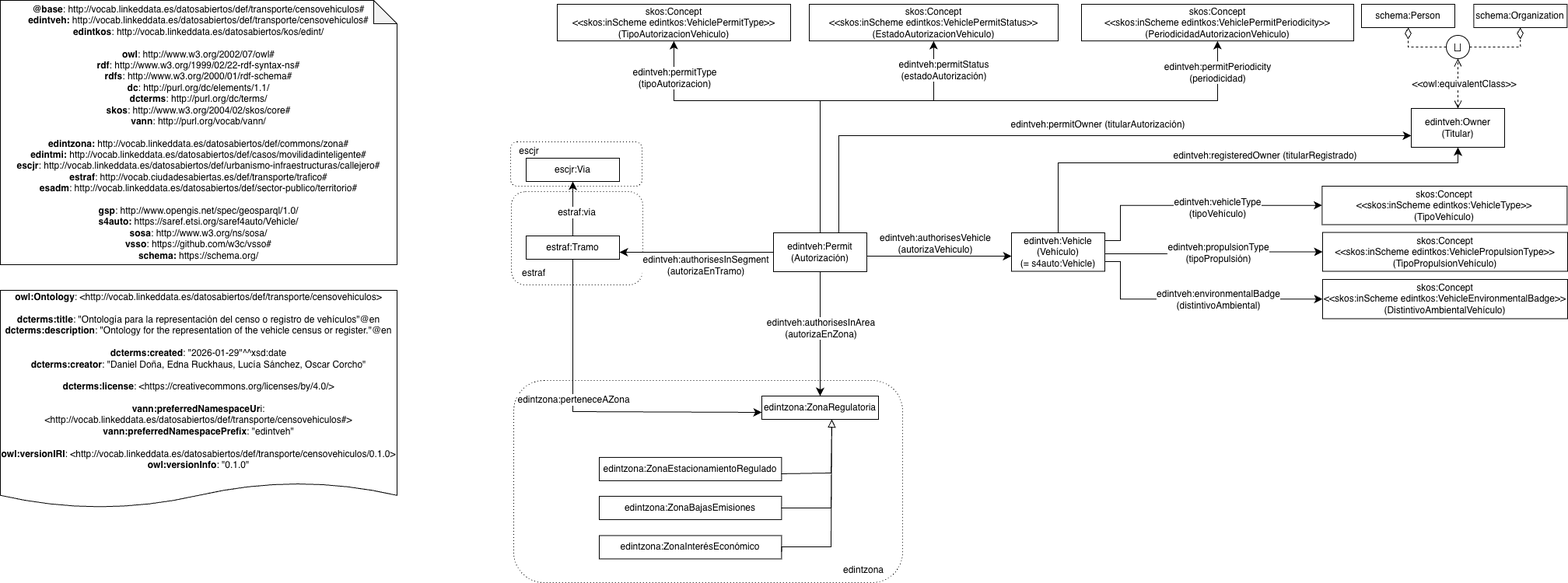
Before: diagrams/diagram.png, a diagram exported from draw.io (oeg-upm/edint-ontologia-censovehiculos). Source tidied: cells renumbered, new cells last; positions are measured from the earlier drawing's top-left corner, leaving out a move shared by most shapes.
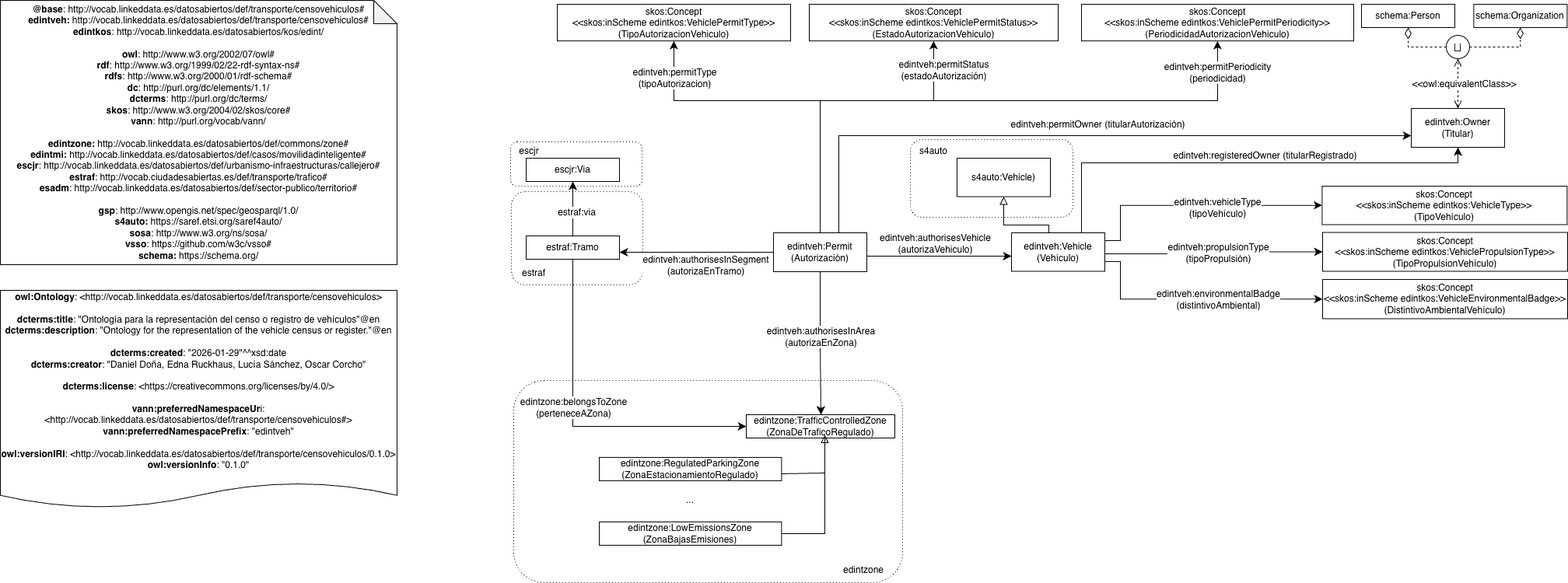
The same diagram one commit later.

Commit message:
Modificación del diagrama conceptual principal de la ontología

Diff of the diagram source:
```diff
@@ -2,6 +2,9 @@
   <root>
     <mxCell id="0" />
     <mxCell id="1" parent="0" />
+    <mxCell id="61" style="rounded=1;whiteSpace=wrap;html=1;dashed=1;dashPattern=1 3;" parent="1" vertex="1">
+      <mxGeometry x="1170" y="179" width="209" height="100" as="geometry" />
+    </mxCell>
     <mxCell id="2" style="rounded=1;whiteSpace=wrap;html=1;dashed=1;dashPattern=1 3;" parent="1" vertex="1">
       <mxGeometry x="656" y="182" width="169" height="57" as="geometry" />
     </mxCell>
@@ -28,7 +31,7 @@
         <mxPoint x="4.2" as="offset" />
       </mxGeometry>
     </mxCell>
-    <mxCell id="10" value="edintveh:Vehicle&lt;br&gt;(Vehículo)&lt;br&gt;(= s4auto:Vehicle)" style="rounded=0;whiteSpace=wrap;html=1;snapToPoint=1;points=[[0.1,0],[0.2,0],[0.3,0],[0.4,0],[0.5,0],[0.6,0],[0.7,0],[0.8,0],[0.9,0],[0,0.1],[0,0.3],[0,0.5],[0,0.7],[0,0.9],[0.1,1],[0.2,1],[0.3,1],[0.4,1],[0.5,1],[0.6,1],[0.7,1],[0.8,1],[0.9,1],[1,0.1],[1,0.3],[1,0.5],[1,0.7],[1,0.9]];" parent="1" vertex="1">
+    <mxCell id="10" value="edintveh:Vehicle&lt;br&gt;(Vehículo)" style="rounded=0;whiteSpace=wrap;html=1;snapToPoint=1;points=[[0.1,0],[0.2,0],[0.3,0],[0.4,0],[0.5,0],[0.6,0],[0.7,0],[0.8,0],[0.9,0],[0,0.1],[0,0.3],[0,0.5],[0,0.7],[0,0.9],[0.1,1],[0.2,1],[0.3,1],[0.4,1],[0.5,1],[0.6,1],[0.7,1],[0.8,1],[0.9,1],[1,0.1],[1,0.3],[1,0.5],[1,0.7],[1,0.9]];" parent="1" vertex="1">
       <mxGeometry x="1300" y="299" width="120" height="49.5" as="geometry" />
     </mxCell>
     <mxCell id="11" value="edintveh:Permit&lt;br&gt;(Autorización)" style="rounded=0;whiteSpace=wrap;html=1;snapToPoint=1;points=[[0.1,0],[0.2,0],[0.3,0],[0.4,0],[0.5,0],[0.6,0],[0.7,0],[0.8,0],[0.9,0],[0,0.1],[0,0.3],[0,0.5],[0,0.7],[0,0.9],[0.1,1],[0.2,1],[0.3,1],[0.4,1],[0.5,1],[0.6,1],[0.7,1],[0.8,1],[0.9,1],[1,0.1],[1,0.3],[1,0.5],[1,0.7],[1,0.9]];" parent="1" vertex="1">
@@ -64,8 +67,8 @@
         <mxPoint x="7" y="-10" as="offset" />
       </mxGeometry>
     </mxCell>
-    <mxCell id="20" value="edintzona:ZonaRegulatoria" style="rounded=0;whiteSpace=wrap;html=1;snapToPoint=1;points=[[0.1,0],[0.2,0],[0.3,0],[0.4,0],[0.5,0],[0.6,0],[0.7,0],[0.8,0],[0.9,0],[0,0.1],[0,0.3],[0,0.5],[0,0.7],[0,0.9],[0.1,1],[0.2,1],[0.3,1],[0.4,1],[0.5,1],[0.6,1],[0.7,1],[0.8,1],[0.9,1],[1,0.1],[1,0.3],[1,0.5],[1,0.7],[1,0.9]];" parent="1" vertex="1">
-      <mxGeometry x="979" y="509" width="150" height="30" as="geometry" />
+    <mxCell id="20" value="edintzone:TrafficControlledZone&lt;br&gt;(ZonaDeTraficoRegulado)" style="rounded=0;whiteSpace=wrap;html=1;snapToPoint=1;points=[[0.1,0],[0.2,0],[0.3,0],[0.4,0],[0.5,0],[0.6,0],[0.7,0],[0.8,0],[0.9,0],[0,0.1],[0,0.3],[0,0.5],[0,0.7],[0,0.9],[0.1,1],[0.2,1],[0.3,1],[0.4,1],[0.5,1],[0.6,1],[0.7,1],[0.8,1],[0.9,1],[1,0.1],[1,0.3],[1,0.5],[1,0.7],[1,0.9]];" parent="1" vertex="1">
+      <mxGeometry x="959" y="533" width="191" height="30" as="geometry" />
     </mxCell>
     <mxCell id="21" style="endArrow=classic;html=1;endSize=8;arcSize=0;rounded=0;edgeStyle=orthogonalEdgeStyle;entryX=0;entryY=0.5;entryDx=0;entryDy=0;exitX=1;exitY=0.7;exitDx=0;exitDy=0;" parent="1" edge="1" source="10" target="55">
       <mxGeometry relative="1" as="geometry">
@@ -114,13 +117,13 @@
     <mxCell id="29" style="endArrow=classic;html=1;endSize=8;arcSize=0;rounded=0;edgeStyle=orthogonalEdgeStyle;exitX=0.5;exitY=1;exitDx=0;exitDy=0;" parent="1" edge="1" source="7" target="20">
       <mxGeometry relative="1" as="geometry">
         <Array as="points">
-          <mxPoint x="736" y="529" />
+          <mxPoint x="736" y="548" />
         </Array>
       </mxGeometry>
     </mxCell>
-    <mxCell id="30" value="&lt;div&gt;edintzona:perteneceAZona&lt;/div&gt;" style="text;html=1;align=center;verticalAlign=middle;labelBackgroundColor=#ffffff;" parent="29" vertex="1">
+    <mxCell id="30" value="&lt;div&gt;edintzone:belongsToZone&lt;br&gt;(perteneceAZona)&lt;/div&gt;" style="text;html=1;align=center;verticalAlign=middle;labelBackgroundColor=#ffffff;" parent="29" vertex="1">
       <mxGeometry x="-0.13" relative="1" as="geometry">
-        <mxPoint y="-12" as="offset" />
+        <mxPoint y="-1" as="offset" />
       </mxGeometry>
     </mxCell>
     <mxCell id="31" style="endArrow=classic;html=1;endSize=8;arcSize=0;rounded=0;edgeStyle=orthogonalEdgeStyle;exitX=0.7;exitY=0;exitDx=0;exitDy=0;" parent="1" edge="1" source="11" target="12">
@@ -202,40 +205,32 @@
         <mxPoint x="26" y="-2" as="offset" />
       </mxGeometry>
     </mxCell>
-    <mxCell id="43" value="&lt;div&gt;&lt;b&gt;@base&lt;/b&gt;:&amp;nbsp;http://vocab.linkeddata.es/datosabiertos/def/transporte/censovehiculos#&lt;/div&gt;&lt;div&gt;&lt;span style=&quot;background-color: rgb(255, 255, 255); color: light-dark(rgb(0, 0, 0), rgb(255, 255, 255));&quot;&gt;&lt;b&gt;edintveh:&amp;nbsp;&lt;/b&gt;&lt;/span&gt;&lt;span style=&quot;background-color: transparent;&quot;&gt;http://vocab.linkeddata.es/datosabiertos/def/&lt;/span&gt;transporte/censovehiculos&lt;span style=&quot;background-color: transparent;&quot;&gt;#&lt;/span&gt;&lt;/div&gt;&lt;div&gt;&lt;span style=&quot;background-color: rgb(255, 255, 255);&quot;&gt;&lt;b&gt;edintkos&lt;/b&gt;:&amp;nbsp;http://vocab.linkeddata.es/datosabiertos/kos/edint/&lt;/span&gt;&lt;/div&gt;&lt;div&gt;&lt;span style=&quot;background-color: rgb(255, 255, 255);&quot;&gt;&lt;br&gt;&lt;/span&gt;&lt;/div&gt;&lt;div style=&quot;&quot;&gt;&lt;b style=&quot;background-color: transparent; color: light-dark(rgb(0, 0, 0), rgb(255, 255, 255));&quot;&gt;owl&lt;/b&gt;&lt;span style=&quot;background-color: transparent; color: light-dark(rgb(0, 0, 0), rgb(255, 255, 255));&quot;&gt;: http://www.w3.org/2002/07/owl#&lt;/span&gt;&lt;/div&gt;&lt;div&gt;&lt;div&gt;&lt;b&gt;rdf&lt;/b&gt;: http://www.w3.org/1999/02/22-rdf-syntax-ns#&lt;/div&gt;&lt;div&gt;&lt;b&gt;rdfs&lt;/b&gt;: http://www.w3.org/2000/01/rdf-schema#&lt;/div&gt;&lt;div&gt;&lt;b style=&quot;background-color: transparent; color: light-dark(rgb(0, 0, 0), rgb(255, 255, 255));&quot;&gt;dc&lt;/b&gt;&lt;span style=&quot;background-color: transparent; color: light-dark(rgb(0, 0, 0), rgb(255, 255, 255));&quot;&gt;: http://purl.org/dc/elements/1.1/&lt;/span&gt;&lt;/div&gt;&lt;div&gt;&lt;b&gt;dcterms&lt;/b&gt;: http://purl.org/dc/terms/&lt;/div&gt;&lt;div&gt;&lt;b&gt;skos&lt;/b&gt;: http://www.w3.org/2004/02/skos/core#&lt;/div&gt;&lt;div&gt;&lt;b&gt;vann&lt;/b&gt;: http://purl.org/vocab/vann/&lt;/div&gt;&lt;/div&gt;&lt;div&gt;&lt;br&gt;&lt;/div&gt;&lt;div&gt;&lt;b&gt;edintzona:&amp;nbsp;&lt;/b&gt;&lt;span style=&quot;background-color: transparent; color: light-dark(rgb(0, 0, 0), rgb(255, 255, 255));&quot;&gt;http://vocab.linkeddata.es/datosabiertos/def/commons/zona#&lt;/span&gt;&lt;/div&gt;&lt;div&gt;&lt;span style=&quot;background-color: transparent;&quot;&gt;&lt;div style=&quot;&quot;&gt;&lt;b&gt;edintmi:&lt;/b&gt;&amp;nbsp;&lt;span style=&quot;background-color: transparent; color: light-dark(rgb(0, 0, 0), rgb(255, 255, 255));&quot;&gt;http://vocab.linkeddata.es/datosabiertos/def/casos/movilidadinteligente#&lt;/span&gt;&lt;/div&gt;&lt;/span&gt;&lt;span style=&quot;background-color: transparent;&quot;&gt;&lt;div style=&quot;&quot;&gt;&lt;div&gt;&lt;b&gt;escjr&lt;/b&gt;: http://vocab.linkeddata.es/datosabiertos/def/urbanismo-infraestructuras/callejero#&lt;/div&gt;&lt;div&gt;&lt;b&gt;estraf&lt;/b&gt;:&amp;nbsp;http://vocab.ciudadesabiertas.es/def/transporte/trafico#&lt;/div&gt;&lt;div&gt;&lt;b&gt;esadm&lt;/b&gt;: http://vocab.linkeddata.es/datosabiertos/def/sector-publico/territorio#&lt;/div&gt;&lt;div&gt;&lt;br&gt;&lt;/div&gt;&lt;div&gt;&lt;div&gt;&lt;b style=&quot;background-color: transparent; color: light-dark(rgb(0, 0, 0), rgb(255, 255, 255));&quot;&gt;gsp&lt;/b&gt;&lt;span style=&quot;background-color: transparent; color: light-dark(rgb(0, 0, 0), rgb(255, 255, 255));&quot;&gt;: http://www.opengis.net/spec/geosparql/1.0/&lt;/span&gt;&lt;/div&gt;&lt;div&gt;&lt;b&gt;s4auto:&amp;nbsp;&lt;/b&gt;&lt;span style=&quot;background-color: transparent;&quot;&gt;https://saref.etsi.org/saref4auto/Vehicle/&lt;/span&gt;&lt;/div&gt;&lt;/div&gt;&lt;/div&gt;&lt;div style=&quot;&quot;&gt;&lt;div&gt;&lt;b&gt;sosa&lt;/b&gt;:&amp;nbsp;http://www.w3.org/ns/sosa/&lt;/div&gt;&lt;div&gt;&lt;b&gt;vsso&lt;/b&gt;:&amp;nbsp;https://github.com/w3c/vsso#&lt;/div&gt;&lt;/div&gt;&lt;div style=&quot;&quot;&gt;&lt;b&gt;schema:&lt;/b&gt; https://schema.org/&lt;/div&gt;&lt;/span&gt;&lt;/div&gt;" style="shape=note;whiteSpace=wrap;html=1;backgroundOutline=1;darkOpacity=0.05;" parent="1" vertex="1">
+    <mxCell id="43" value="&lt;div&gt;&lt;b&gt;@base&lt;/b&gt;:&amp;nbsp;http://vocab.linkeddata.es/datosabiertos/def/transporte/censovehiculos#&lt;/div&gt;&lt;div&gt;&lt;span style=&quot;background-color: rgb(255, 255, 255); color: light-dark(rgb(0, 0, 0), rgb(255, 255, 255));&quot;&gt;&lt;b&gt;edintveh:&amp;nbsp;&lt;/b&gt;&lt;/span&gt;&lt;span style=&quot;background-color: transparent;&quot;&gt;http://vocab.linkeddata.es/datosabiertos/def/&lt;/span&gt;transporte/censovehiculos&lt;span style=&quot;background-color: transparent;&quot;&gt;#&lt;/span&gt;&lt;/div&gt;&lt;div&gt;&lt;span style=&quot;background-color: rgb(255, 255, 255);&quot;&gt;&lt;b&gt;edintkos&lt;/b&gt;:&amp;nbsp;http://vocab.linkeddata.es/datosabiertos/kos/edint/&lt;/span&gt;&lt;/div&gt;&lt;div&gt;&lt;span style=&quot;background-color: rgb(255, 255, 255);&quot;&gt;&lt;br&gt;&lt;/span&gt;&lt;/div&gt;&lt;div style=&quot;&quot;&gt;&lt;b style=&quot;background-color: transparent; color: light-dark(rgb(0, 0, 0), rgb(255, 255, 255));&quot;&gt;owl&lt;/b&gt;&lt;span style=&quot;background-color: transparent; color: light-dark(rgb(0, 0, 0), rgb(255, 255, 255));&quot;&gt;: http://www.w3.org/2002/07/owl#&lt;/span&gt;&lt;/div&gt;&lt;div&gt;&lt;div&gt;&lt;b&gt;rdf&lt;/b&gt;: http://www.w3.org/1999/02/22-rdf-syntax-ns#&lt;/div&gt;&lt;div&gt;&lt;b&gt;rdfs&lt;/b&gt;: http://www.w3.org/2000/01/rdf-schema#&lt;/div&gt;&lt;div&gt;&lt;b style=&quot;background-color: transparent; color: light-dark(rgb(0, 0, 0), rgb(255, 255, 255));&quot;&gt;dc&lt;/b&gt;&lt;span style=&quot;background-color: transparent; color: light-dark(rgb(0, 0, 0), rgb(255, 255, 255));&quot;&gt;: http://purl.org/dc/elements/1.1/&lt;/span&gt;&lt;/div&gt;&lt;div&gt;&lt;b&gt;dcterms&lt;/b&gt;: http://purl.org/dc/terms/&lt;/div&gt;&lt;div&gt;&lt;b&gt;skos&lt;/b&gt;: http://www.w3.org/2004/02/skos/core#&lt;/div&gt;&lt;div&gt;&lt;b&gt;vann&lt;/b&gt;: http://purl.org/vocab/vann/&lt;/div&gt;&lt;/div&gt;&lt;div&gt;&lt;br&gt;&lt;/div&gt;&lt;div&gt;&lt;b&gt;edintzone:&amp;nbsp;&lt;/b&gt;&lt;span style=&quot;background-color: transparent; color: light-dark(rgb(0, 0, 0), rgb(255, 255, 255));&quot;&gt;http://vocab.linkeddata.es/datosabiertos/def/commons/zone#&lt;/span&gt;&lt;/div&gt;&lt;div&gt;&lt;span style=&quot;background-color: transparent;&quot;&gt;&lt;div style=&quot;&quot;&gt;&lt;b&gt;edintmi:&lt;/b&gt;&amp;nbsp;&lt;span style=&quot;background-color: transparent; color: light-dark(rgb(0, 0, 0), rgb(255, 255, 255));&quot;&gt;http://vocab.linkeddata.es/datosabiertos/def/casos/movilidadinteligente#&lt;/span&gt;&lt;/div&gt;&lt;/span&gt;&lt;span style=&quot;background-color: transparent;&quot;&gt;&lt;div style=&quot;&quot;&gt;&lt;div&gt;&lt;b&gt;escjr&lt;/b&gt;: http://vocab.linkeddata.es/datosabiertos/def/urbanismo-infraestructuras/callejero#&lt;/div&gt;&lt;div&gt;&lt;b&gt;estraf&lt;/b&gt;:&amp;nbsp;http://vocab.ciudadesabiertas.es/def/transporte/trafico#&lt;/div&gt;&lt;div&gt;&lt;b&gt;esadm&lt;/b&gt;: http://vocab.linkeddata.es/datosabiertos/def/sector-publico/territorio#&lt;/div&gt;&lt;div&gt;&lt;br&gt;&lt;/div&gt;&lt;div&gt;&lt;div&gt;&lt;b style=&quot;background-color: transparent; color: light-dark(rgb(0, 0, 0), rgb(255, 255, 255));&quot;&gt;gsp&lt;/b&gt;&lt;span style=&quot;background-color: transparent; color: light-dark(rgb(0, 0, 0), rgb(255, 255, 255));&quot;&gt;: http://www.opengis.net/spec/geosparql/1.0/&lt;/span&gt;&lt;/div&gt;&lt;div&gt;&lt;b&gt;s4auto:&amp;nbsp;&lt;/b&gt;&lt;span style=&quot;background-color: transparent;&quot;&gt;https://saref.etsi.org/saref4auto/&lt;/span&gt;&lt;/div&gt;&lt;/div&gt;&lt;/div&gt;&lt;div style=&quot;&quot;&gt;&lt;div&gt;&lt;b&gt;sosa&lt;/b&gt;:&amp;nbsp;http://www.w3.org/ns/sosa/&lt;/div&gt;&lt;div&gt;&lt;b&gt;vsso&lt;/b&gt;:&amp;nbsp;https://github.com/w3c/vsso#&lt;/div&gt;&lt;/div&gt;&lt;div style=&quot;&quot;&gt;&lt;b&gt;schema:&lt;/b&gt; https://schema.org/&lt;/div&gt;&lt;/span&gt;&lt;/div&gt;" style="shape=note;whiteSpace=wrap;html=1;backgroundOutline=1;darkOpacity=0.05;" parent="1" vertex="1">
       <mxGeometry width="510" height="340" as="geometry" />
     </mxCell>
-    <mxCell id="44" value="edintzona:ZonaEstacionamientoRegulado" style="rounded=0;whiteSpace=wrap;html=1;snapToPoint=1;points=[[0.1,0],[0.2,0],[0.3,0],[0.4,0],[0.5,0],[0.6,0],[0.7,0],[0.8,0],[0.9,0],[0,0.1],[0,0.3],[0,0.5],[0,0.7],[0,0.9],[0.1,1],[0.2,1],[0.3,1],[0.4,1],[0.5,1],[0.6,1],[0.7,1],[0.8,1],[0.9,1],[1,0.1],[1,0.3],[1,0.5],[1,0.7],[1,0.9]];" parent="1" vertex="1">
+    <mxCell id="44" value="edintzone:RegulatedParkingZone&lt;br&gt;(ZonaEstacionamientoRegulado)" style="rounded=0;whiteSpace=wrap;html=1;snapToPoint=1;points=[[0.1,0],[0.2,0],[0.3,0],[0.4,0],[0.5,0],[0.6,0],[0.7,0],[0.8,0],[0.9,0],[0,0.1],[0,0.3],[0,0.5],[0,0.7],[0,0.9],[0.1,1],[0.2,1],[0.3,1],[0.4,1],[0.5,1],[0.6,1],[0.7,1],[0.8,1],[0.9,1],[1,0.1],[1,0.3],[1,0.5],[1,0.7],[1,0.9]];" parent="1" vertex="1">
       <mxGeometry x="770" y="587.9" width="234.4" height="30" as="geometry" />
     </mxCell>
-    <mxCell id="45" style="endArrow=block;html=1;fontColor=#000099;endFill=0;endSize=8;arcSize=0;rounded=0;edgeStyle=orthogonalEdgeStyle;" parent="1" edge="1" source="44" target="20">
+    <mxCell id="45" style="endArrow=block;html=1;fontColor=#000099;endFill=0;endSize=8;arcSize=0;rounded=0;edgeStyle=orthogonalEdgeStyle;" parent="1" edge="1" source="44">
       <mxGeometry relative="1" as="geometry">
+        <mxPoint x="1060" y="559" as="targetPoint" />
         <Array as="points">
-          <mxPoint x="1068" y="608" />
+          <mxPoint x="1060" y="608" />
         </Array>
       </mxGeometry>
     </mxCell>
-    <mxCell id="46" value="edintzona:ZonaBajasEmisiones" style="rounded=0;whiteSpace=wrap;html=1;snapToPoint=1;points=[[0.1,0],[0.2,0],[0.3,0],[0.4,0],[0.5,0],[0.6,0],[0.7,0],[0.8,0],[0.9,0],[0,0.1],[0,0.3],[0,0.5],[0,0.7],[0,0.9],[0.1,1],[0.2,1],[0.3,1],[0.4,1],[0.5,1],[0.6,1],[0.7,1],[0.8,1],[0.9,1],[1,0.1],[1,0.3],[1,0.5],[1,0.7],[1,0.9]];" parent="1" vertex="1">
-      <mxGeometry x="770" y="637.9" width="234.4" height="30" as="geometry" />
+    <mxCell id="46" value="edintzone:LowEmissionsZone&lt;div&gt;(ZonaBajasEmisiones)&lt;/div&gt;" style="rounded=0;whiteSpace=wrap;html=1;snapToPoint=1;points=[[0.1,0],[0.2,0],[0.3,0],[0.4,0],[0.5,0],[0.6,0],[0.7,0],[0.8,0],[0.9,0],[0,0.1],[0,0.3],[0,0.5],[0,0.7],[0,0.9],[0.1,1],[0.2,1],[0.3,1],[0.4,1],[0.5,1],[0.6,1],[0.7,1],[0.8,1],[0.9,1],[1,0.1],[1,0.3],[1,0.5],[1,0.7],[1,0.9]];" parent="1" vertex="1">
+      <mxGeometry x="770" y="670.9" width="234.4" height="30" as="geometry" />
     </mxCell>
-    <mxCell id="47" style="endArrow=block;html=1;fontColor=#000099;endFill=0;endSize=8;arcSize=0;rounded=0;edgeStyle=orthogonalEdgeStyle;" parent="1" edge="1" source="46" target="20">
+    <mxCell id="47" style="endArrow=block;html=1;fontColor=#000099;endFill=0;endSize=8;arcSize=0;rounded=0;edgeStyle=orthogonalEdgeStyle;exitX=1;exitY=0.5;exitDx=0;exitDy=0;" parent="1" edge="1" source="46">
       <mxGeometry relative="1" as="geometry">
+        <mxPoint x="1060" y="559" as="targetPoint" />
         <Array as="points">
-          <mxPoint x="1068" y="653" />
+          <mxPoint x="1060" y="686" />
+          <mxPoint x="1060" y="563" />
         </Array>
       </mxGeometry>
     </mxCell>
-    <mxCell id="48" value="edintzona:ZonaInterésEconómico" style="rounded=0;whiteSpace=wrap;html=1;snapToPoint=1;points=[[0.1,0],[0.2,0],[0.3,0],[0.4,0],[0.5,0],[0.6,0],[0.7,0],[0.8,0],[0.9,0],[0,0.1],[0,0.3],[0,0.5],[0,0.7],[0,0.9],[0.1,1],[0.2,1],[0.3,1],[0.4,1],[0.5,1],[0.6,1],[0.7,1],[0.8,1],[0.9,1],[1,0.1],[1,0.3],[1,0.5],[1,0.7],[1,0.9]];" parent="1" vertex="1">
-      <mxGeometry x="770" y="688.5" width="234.4" height="30" as="geometry" />
-    </mxCell>
-    <mxCell id="49" style="endArrow=block;html=1;fontColor=#000099;endFill=0;endSize=8;arcSize=0;rounded=0;edgeStyle=orthogonalEdgeStyle;exitX=1;exitY=0.7;exitDx=0;exitDy=0;" parent="1" edge="1" source="48" target="20">
-      <mxGeometry relative="1" as="geometry">
-        <Array as="points">
-          <mxPoint x="1004" y="703" />
-          <mxPoint x="1068" y="703" />
-        </Array>
-      </mxGeometry>
-    </mxCell>
     <mxCell id="50" value="skos:Concept&lt;br&gt;&amp;lt;&amp;lt;skos:inScheme edintkos:VehiclePermitType&amp;gt;&amp;gt;&lt;div&gt;(&lt;span style=&quot;background-color: transparent; color: light-dark(rgb(0, 0, 0), rgb(255, 255, 255));&quot;&gt;TipoAutorizacionVehiculo)&lt;/span&gt;&lt;/div&gt;" style="rounded=0;whiteSpace=wrap;html=1;snapToPoint=1;points=[[0.1,0],[0.2,0],[0.3,0],[0.4,0],[0.5,0],[0.6,0],[0.7,0],[0.8,0],[0.9,0],[0,0.1],[0,0.3],[0,0.5],[0,0.7],[0,0.9],[0.1,1],[0.2,1],[0.3,1],[0.4,1],[0.5,1],[0.6,1],[0.7,1],[0.8,1],[0.9,1],[1,0.1],[1,0.3],[1,0.5],[1,0.7],[1,0.9]];" parent="1" vertex="1">
       <mxGeometry x="716" y="5" width="300" height="47.1" as="geometry" />
     </mxCell>
@@ -254,7 +249,7 @@
     <mxCell id="55" value="skos:Concept&lt;br&gt;&amp;lt;&amp;lt;skos:inScheme edintkos:VehicleEnvironmentalBadge&amp;gt;&amp;gt;&lt;div&gt;(&lt;span style=&quot;background-color: transparent; color: light-dark(rgb(0, 0, 0), rgb(255, 255, 255));&quot;&gt;DistintivoAmbientalVehículo)&lt;/span&gt;&lt;/div&gt;" style="rounded=0;whiteSpace=wrap;html=1;snapToPoint=1;points=[[0.1,0],[0.2,0],[0.3,0],[0.4,0],[0.5,0],[0.6,0],[0.7,0],[0.8,0],[0.9,0],[0,0.1],[0,0.3],[0,0.5],[0,0.7],[0,0.9],[0.1,1],[0.2,1],[0.3,1],[0.4,1],[0.5,1],[0.6,1],[0.7,1],[0.8,1],[0.9,1],[1,0.1],[1,0.3],[1,0.5],[1,0.7],[1,0.9]];" parent="1" vertex="1">
       <mxGeometry x="1700" y="359" width="315" height="50.5" as="geometry" />
     </mxCell>
-    <mxCell id="56" value="edintzona" style="text;html=1;whiteSpace=wrap;strokeColor=none;fillColor=none;align=center;verticalAlign=middle;rounded=0;" parent="1" vertex="1">
+    <mxCell id="56" value="edintzone" style="text;html=1;whiteSpace=wrap;strokeColor=none;fillColor=none;align=center;verticalAlign=middle;rounded=0;" parent="1" vertex="1">
       <mxGeometry x="1080" y="718.5" width="60" height="30" as="geometry" />
     </mxCell>
     <mxCell id="57" value="estraf" style="text;html=1;whiteSpace=wrap;strokeColor=none;fillColor=none;align=center;verticalAlign=middle;rounded=0;" parent="1" vertex="1">
@@ -266,7 +261,8 @@
     <mxCell id="59" style="endArrow=classic;html=1;endSize=8;arcSize=0;rounded=0;edgeStyle=orthogonalEdgeStyle;exitX=0.5;exitY=0;exitDx=0;exitDy=0;entryX=0.5;entryY=1;entryDx=0;entryDy=0;" parent="1" edge="1" source="10" target="12">
       <mxGeometry relative="1" as="geometry">
         <Array as="points">
-          <mxPoint x="1360" y="209" />
+          <mxPoint x="1390" y="299" />
+          <mxPoint x="1390" y="209" />
           <mxPoint x="1874" y="209" />
         </Array>
       </mxGeometry>
@@ -276,5 +272,22 @@
         <mxPoint x="83" y="-10" as="offset" />
       </mxGeometry>
     </mxCell>
+    <mxCell id="62" value="s4auto:Vehicle)" style="rounded=0;whiteSpace=wrap;html=1;snapToPoint=1;points=[[0.1,0],[0.2,0],[0.3,0],[0.4,0],[0.5,0],[0.6,0],[0.7,0],[0.8,0],[0.9,0],[0,0.1],[0,0.3],[0,0.5],[0,0.7],[0,0.9],[0.1,1],[0.2,1],[0.3,1],[0.4,1],[0.5,1],[0.6,1],[0.7,1],[0.8,1],[0.9,1],[1,0.1],[1,0.3],[1,0.5],[1,0.7],[1,0.9]];" parent="1" vertex="1">
+      <mxGeometry x="1230" y="203" width="120" height="49.5" as="geometry" />
+    </mxCell>
+    <mxCell id="63" style="endArrow=block;html=1;fontColor=#000099;endFill=0;endSize=8;arcSize=0;rounded=0;edgeStyle=orthogonalEdgeStyle;exitX=0.4;exitY=0;exitDx=0;exitDy=0;entryX=0.5;entryY=1;entryDx=0;entryDy=0;" parent="1" edge="1" source="10" target="62">
+      <mxGeometry relative="1" as="geometry">
+        <Array as="points">
+          <mxPoint x="1348" y="289" />
+          <mxPoint x="1290" y="289" />
+        </Array>
+      </mxGeometry>
+    </mxCell>
+    <mxCell id="64" value="s4auto" style="text;html=1;whiteSpace=wrap;strokeColor=none;fillColor=none;align=center;verticalAlign=middle;rounded=0;" parent="1" vertex="1">
+      <mxGeometry x="1170" y="179" width="60" height="30" as="geometry" />
+    </mxCell>
+    <mxCell id="65" value="..." style="text;html=1;whiteSpace=wrap;strokeColor=none;fillColor=none;align=center;verticalAlign=middle;rounded=0;" parent="1" vertex="1">
+      <mxGeometry x="857.2" y="628" width="60" height="30" as="geometry" />
+    </mxCell>
   </root>
 </mxGraphModel>
```
